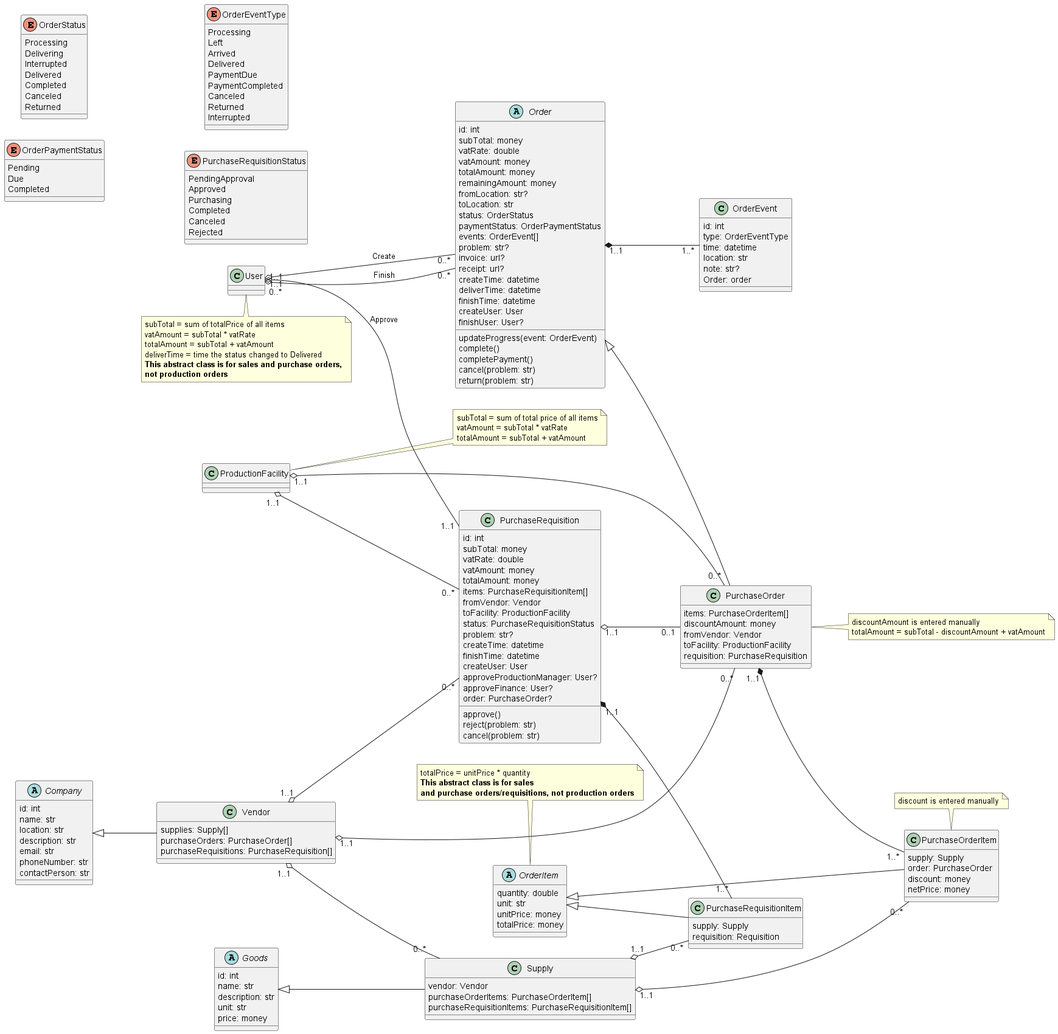
The PlantUML diagram Lab1/Lab1.2/classes/purchase.png in phihungha/SE357-Practice-class, before a commit.
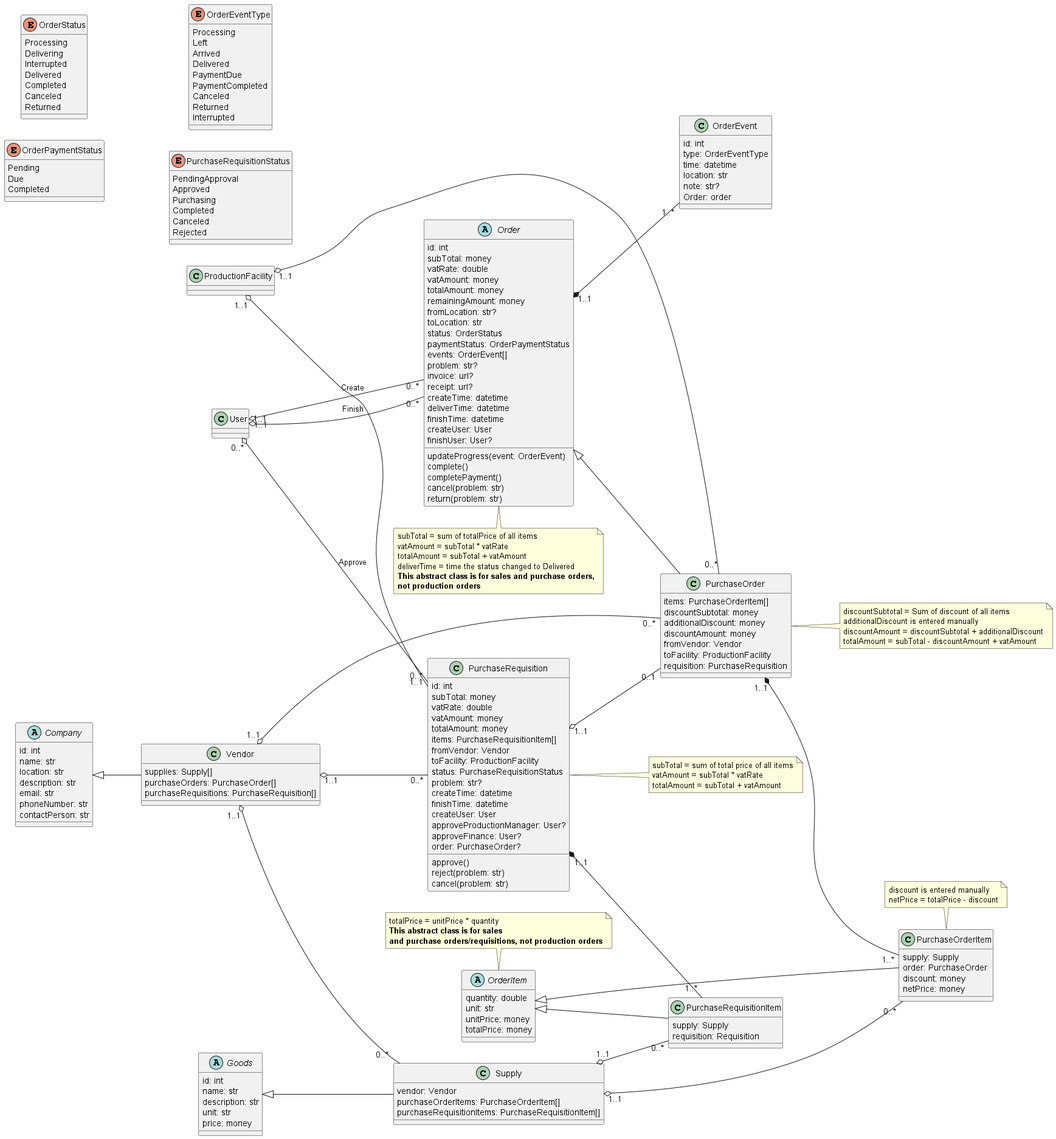
The same file after the commit.

Commit message:
Fix note positions

The edit, as a diff of the source:
```diff
@@ -77,8 +77,6 @@
     cancel(problem: str)
     return(problem: str)
 }
-User "1..1" o-- "0..*" Order : Create
-User "1..1" o-- "0..*" Order : Finish
 note bottom
     subTotal = sum of totalPrice of all items
     vatAmount = subTotal * vatRate
@@ -87,6 +85,8 @@
     <b>This abstract class is for sales and purchase orders,
     <b>not production orders
 endnote
+User "1..1" o-- "0..*" Order : Create
+User "1..1" o-- "0..*" Order : Finish
 
 abstract OrderItem {
     quantity: double
@@ -152,14 +152,14 @@
     reject(problem: str)
     cancel(problem: str)
 }
-Vendor "1..1" o-- "0..*" PurchaseRequisition
-User "0..*" o-- "1..1" PurchaseRequisition : Approve
-ProductionFacility "1..1" o-- "0..*" PurchaseRequisition
 note right
     subTotal = sum of total price of all items
     vatAmount = subTotal * vatRate
     totalAmount = subTotal + vatAmount
 endnote
+Vendor "1..1" o-- "0..*" PurchaseRequisition
+User "0..*" o-- "1..1" PurchaseRequisition : Approve
+ProductionFacility "1..1" o-- "0..*" PurchaseRequisition
 
 class PurchaseRequisitionItem {
     supply: Supply
@@ -171,19 +171,23 @@
 
 class PurchaseOrder {
     items: PurchaseOrderItem[]
+    discountSubtotal: money
+    additionalDiscount: money
     discountAmount: money
     fromVendor: Vendor
     toFacility: ProductionFacility
     requisition: PurchaseRequisition
 }
+note right
+    discountSubtotal = Sum of discount of all items
+    additionalDiscount is entered manually
+    discountAmount = discountSubtotal + additionalDiscount
+    totalAmount = subTotal - discountAmount + vatAmount
+endnote
 Order <|-- PurchaseOrder
 Vendor "1..1" o-- "0..*" PurchaseOrder
 ProductionFacility "1..1" o-- "0..*" PurchaseOrder
 PurchaseRequisition "1..1" o-- "0..1" PurchaseOrder
-note right
-    discountAmount is entered manually
-    totalAmount = subTotal - discountAmount + vatAmount
-endnote
 
 class PurchaseOrderItem {
     supply: Supply
@@ -191,8 +195,11 @@
     discount: money
     netPrice: money
 }
+note top
+    discount is entered manually
+    netPrice = totalPrice - discount
+endnote
 OrderItem <|-- PurchaseOrderItem
 PurchaseOrder "1..1" *-- "1..*" PurchaseOrderItem
 Supply "1..1" o-- "0..*" PurchaseOrderItem
-note top: discount is entered manually
 @enduml
```
